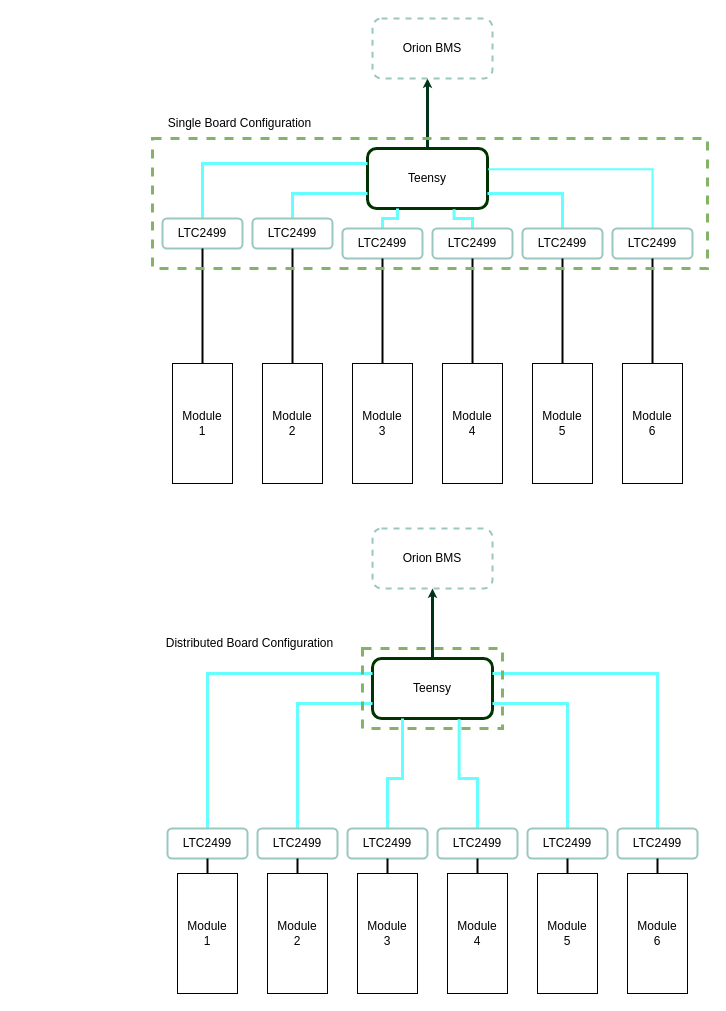
The draw.io diagram KS2E-Accumulator Temp Board/KS2e Temp Board.drawio in mathbrook/KS2E, before the edit. Source tidied: cells renumbered, new cells numbered last; positions are measured from the earlier drawing's top-left corner, leaving out a move shared by most shapes. Both pictures are drawn from the tidied source at 100%, with x=0, y=0 at pixel (152, 18).
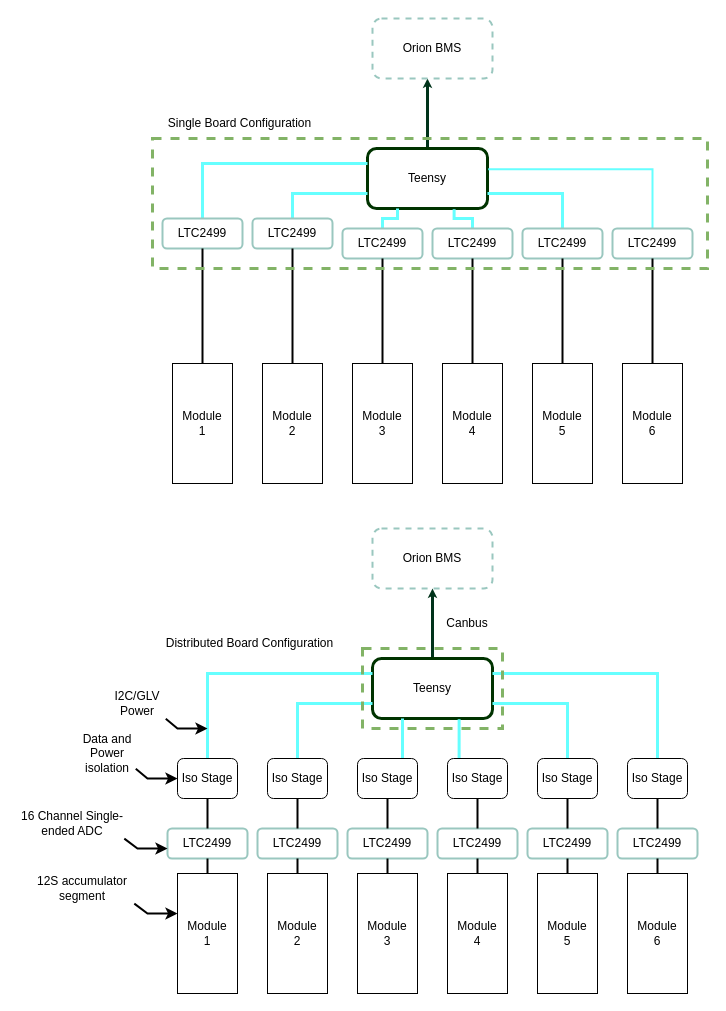
The same diagram, later.

Unchanged cells that the change refers to:
```xml
<mxCell id="31" value="Teensy" style="rounded=1;whiteSpace=wrap;html=1;strokeColor=#003300;strokeWidth=3;" parent="1" vertex="1">
  <mxGeometry x="220" y="640" width="120" height="60" as="geometry" />
</mxCell>
<mxCell id="33" value="LTC2499" style="rounded=1;whiteSpace=wrap;html=1;strokeWidth=2;fillColor=none;strokeColor=#9AC7BF;" parent="1" vertex="1">
  <mxGeometry x="15" y="810" width="80" height="30" as="geometry" />
</mxCell>
<mxCell id="35" value="LTC2499" style="rounded=1;whiteSpace=wrap;html=1;strokeWidth=2;fillColor=none;strokeColor=#9AC7BF;" parent="1" vertex="1">
  <mxGeometry x="105" y="810" width="80" height="30" as="geometry" />
</mxCell>
<mxCell id="37" value="LTC2499" style="rounded=1;whiteSpace=wrap;html=1;strokeWidth=2;fillColor=none;strokeColor=#9AC7BF;" parent="1" vertex="1">
  <mxGeometry x="195" y="810" width="80" height="30" as="geometry" />
</mxCell>
<mxCell id="39" value="LTC2499" style="rounded=1;whiteSpace=wrap;html=1;strokeWidth=2;fillColor=none;strokeColor=#9AC7BF;" parent="1" vertex="1">
  <mxGeometry x="285" y="810" width="80" height="30" as="geometry" />
</mxCell>
<mxCell id="41" value="LTC2499" style="rounded=1;whiteSpace=wrap;html=1;strokeWidth=2;fillColor=none;strokeColor=#9AC7BF;" parent="1" vertex="1">
  <mxGeometry x="375" y="810" width="80" height="30" as="geometry" />
</mxCell>
<mxCell id="43" value="LTC2499" style="rounded=1;whiteSpace=wrap;html=1;strokeWidth=2;fillColor=none;strokeColor=#9AC7BF;" parent="1" vertex="1">
  <mxGeometry x="465" y="810" width="80" height="30" as="geometry" />
</mxCell>
```

What changed in the source:
```diff
@@
-    <mxCell id="32" style="edgeStyle=orthogonalEdgeStyle;rounded=0;jettySize=auto;html=1;exitX=0.5;exitY=0;exitDx=0;exitDy=0;entryX=0;entryY=0.25;entryDx=0;entryDy=0;strokeColor=#66FFFF;strokeWidth=3;endSize=0;jumpStyle=arc;endArrow=none;endFill=0;" parent="1" edge="1" source="33" target="31">
-      <mxGeometry relative="1" as="geometry" />
+    <mxCell id="32" style="edgeStyle=orthogonalEdgeStyle;rounded=0;jettySize=auto;html=1;entryX=0;entryY=0.25;entryDx=0;entryDy=0;strokeColor=#66FFFF;strokeWidth=3;endSize=0;jumpStyle=arc;endArrow=none;endFill=0;" parent="1" edge="1" target="31">
+      <mxGeometry relative="1" as="geometry">
+        <mxPoint x="55" y="760" as="sourcePoint" />
+        <Array as="points">
+          <mxPoint x="55" y="655" />
+        </Array>
+      </mxGeometry>
     </mxCell>
@@
-    <mxCell id="34" style="edgeStyle=orthogonalEdgeStyle;rounded=0;jettySize=auto;html=1;exitX=0.5;exitY=0;exitDx=0;exitDy=0;entryX=0;entryY=0.75;entryDx=0;entryDy=0;strokeColor=#66FFFF;strokeWidth=3;endSize=0;jumpStyle=arc;endArrow=none;endFill=0;" parent="1" edge="1" source="35" target="31">
+    <mxCell id="34" style="edgeStyle=orthogonalEdgeStyle;rounded=0;jettySize=auto;html=1;entryX=0;entryY=0.75;entryDx=0;entryDy=0;strokeColor=#66FFFF;strokeWidth=3;endSize=0;jumpStyle=arc;endArrow=none;endFill=0;" parent="1" edge="1" target="31">
       <mxGeometry relative="1" as="geometry">
+        <mxPoint x="145" y="760" as="sourcePoint" />
         <Array as="points">
           <mxPoint x="145" y="685" />
         </Array>
       </mxGeometry>
     </mxCell>
@@
-    <mxCell id="36" style="edgeStyle=orthogonalEdgeStyle;rounded=0;jettySize=auto;html=1;exitX=0.5;exitY=0;exitDx=0;exitDy=0;entryX=0.25;entryY=1;entryDx=0;entryDy=0;strokeColor=#66FFFF;strokeWidth=3;endSize=0;jumpStyle=arc;endArrow=none;endFill=0;" parent="1" edge="1" source="37" target="31">
+    <mxCell id="36" style="edgeStyle=orthogonalEdgeStyle;rounded=0;jettySize=auto;html=1;entryX=0.25;entryY=1;entryDx=0;entryDy=0;strokeColor=#66FFFF;strokeWidth=3;endSize=0;jumpStyle=arc;endArrow=none;endFill=0;" parent="1" edge="1" target="31">
       <mxGeometry relative="1" as="geometry">
+        <mxPoint x="235" y="760" as="sourcePoint" />
         <Array as="points">
           <mxPoint x="235" y="760" />
           <mxPoint x="250" y="760" />
         </Array>
       </mxGeometry>
     </mxCell>
@@
-    <mxCell id="38" style="edgeStyle=orthogonalEdgeStyle;rounded=0;jettySize=auto;html=1;exitX=0.5;exitY=0;exitDx=0;exitDy=0;entryX=0.722;entryY=1.013;entryDx=0;entryDy=0;entryPerimeter=0;strokeColor=#66FFFF;strokeWidth=3;endSize=0;jumpStyle=arc;endArrow=none;endFill=0;" parent="1" edge="1" source="39" target="31">
+    <mxCell id="38" style="edgeStyle=orthogonalEdgeStyle;rounded=0;jettySize=auto;html=1;entryX=0.722;entryY=1.013;entryDx=0;entryDy=0;entryPerimeter=0;strokeColor=#66FFFF;strokeWidth=3;endSize=0;jumpStyle=arc;endArrow=none;endFill=0;" parent="1" edge="1" target="31">
       <mxGeometry relative="1" as="geometry">
+        <mxPoint x="325" y="760" as="sourcePoint" />
         <Array as="points">
           <mxPoint x="325" y="760" />
           <mxPoint x="307" y="760" />
         </Array>
       </mxGeometry>
     </mxCell>
@@
-    <mxCell id="40" style="edgeStyle=orthogonalEdgeStyle;rounded=0;jettySize=auto;html=1;exitX=0.5;exitY=0;exitDx=0;exitDy=0;entryX=1;entryY=0.75;entryDx=0;entryDy=0;strokeColor=#66FFFF;strokeWidth=3;endSize=0;jumpStyle=arc;endArrow=none;endFill=0;" parent="1" edge="1" source="41" target="31">
-      <mxGeometry relative="1" as="geometry" />
+    <mxCell id="40" style="edgeStyle=orthogonalEdgeStyle;rounded=0;jettySize=auto;html=1;entryX=1;entryY=0.75;entryDx=0;entryDy=0;strokeColor=#66FFFF;strokeWidth=3;endSize=0;jumpStyle=arc;endArrow=none;endFill=0;" parent="1" edge="1" target="31">
+      <mxGeometry relative="1" as="geometry">
+        <mxPoint x="415" y="760" as="sourcePoint" />
+        <Array as="points">
+          <mxPoint x="415" y="685" />
+        </Array>
+      </mxGeometry>
     </mxCell>
@@
-    <mxCell id="42" style="edgeStyle=orthogonalEdgeStyle;rounded=0;jettySize=auto;html=1;exitX=0.5;exitY=0;exitDx=0;exitDy=0;entryX=1;entryY=0.25;entryDx=0;entryDy=0;strokeColor=#66FFFF;strokeWidth=3;endSize=0;jumpStyle=arc;endArrow=none;endFill=0;" parent="1" edge="1" source="43" target="31">
-      <mxGeometry relative="1" as="geometry" />
+    <mxCell id="42" style="edgeStyle=orthogonalEdgeStyle;rounded=0;jettySize=auto;html=1;entryX=1;entryY=0.25;entryDx=0;entryDy=0;strokeColor=#66FFFF;strokeWidth=3;endSize=0;jumpStyle=arc;endArrow=none;endFill=0;" parent="1" edge="1" target="31">
+      <mxGeometry relative="1" as="geometry">
+        <mxPoint x="505" y="760" as="sourcePoint" />
+        <Array as="points">
+          <mxPoint x="505" y="655" />
+        </Array>
+      </mxGeometry>
     </mxCell>
@@
+    <mxCell id="61" value="Canbus" style="text;html=1;strokeColor=none;fillColor=none;align=center;verticalAlign=middle;whiteSpace=wrap;rounded=0;" parent="1" vertex="1">
+      <mxGeometry x="285" y="590" width="60" height="30" as="geometry" />
+    </mxCell>
+    <mxCell id="62" style="edgeStyle=orthogonalEdgeStyle;rounded=0;jettySize=auto;html=1;exitX=0.5;exitY=1;exitDx=0;exitDy=0;entryX=0.5;entryY=0;entryDx=0;entryDy=0;endArrow=none;endFill=0;strokeWidth=2;" parent="1" edge="1" source="63" target="33">
+      <mxGeometry relative="1" as="geometry" />
+    </mxCell>
+    <mxCell id="63" value="Iso Stage" style="rounded=1;whiteSpace=wrap;html=1;" parent="1" vertex="1">
+      <mxGeometry x="25" y="740" width="60" height="40" as="geometry" />
+    </mxCell>
+    <mxCell id="64" value="I2C/GLV Power" style="text;html=1;strokeColor=none;fillColor=none;align=center;verticalAlign=middle;whiteSpace=wrap;rounded=0;" parent="1" vertex="1">
+      <mxGeometry x="-45" y="670" width="60" height="30" as="geometry" />
+    </mxCell>
+    <mxCell id="65" style="edgeStyle=orthogonalEdgeStyle;rounded=0;jettySize=auto;html=1;exitX=0.5;exitY=1;exitDx=0;exitDy=0;entryX=0.5;entryY=0;entryDx=0;entryDy=0;endArrow=none;endFill=0;strokeWidth=2;" parent="1" edge="1" source="66">
+      <mxGeometry relative="1" as="geometry">
+        <mxPoint x="145" y="810" as="targetPoint" />
+      </mxGeometry>
+    </mxCell>
+    <mxCell id="66" value="Iso Stage" style="rounded=1;whiteSpace=wrap;html=1;" parent="1" vertex="1">
+      <mxGeometry x="115" y="740" width="60" height="40" as="geometry" />
+    </mxCell>
+    <mxCell id="67" style="edgeStyle=orthogonalEdgeStyle;rounded=0;jettySize=auto;html=1;exitX=0.5;exitY=1;exitDx=0;exitDy=0;entryX=0.5;entryY=0;entryDx=0;entryDy=0;endArrow=none;endFill=0;strokeWidth=2;" parent="1" edge="1" source="68">
+      <mxGeometry relative="1" as="geometry">
+        <mxPoint x="235" y="810" as="targetPoint" />
+      </mxGeometry>
+    </mxCell>
+    <mxCell id="68" value="Iso Stage" style="rounded=1;whiteSpace=wrap;html=1;" parent="1" vertex="1">
+      <mxGeometry x="205" y="740" width="60" height="40" as="geometry" />
+    </mxCell>
+    <mxCell id="69" style="edgeStyle=orthogonalEdgeStyle;rounded=0;jettySize=auto;html=1;exitX=0.5;exitY=1;exitDx=0;exitDy=0;entryX=0.5;entryY=0;entryDx=0;entryDy=0;endArrow=none;endFill=0;strokeWidth=2;" parent="1" edge="1" source="70">
+      <mxGeometry relative="1" as="geometry">
+        <mxPoint x="325" y="810" as="targetPoint" />
+      </mxGeometry>
+    </mxCell>
+    <mxCell id="70" value="Iso Stage" style="rounded=1;whiteSpace=wrap;html=1;" parent="1" vertex="1">
+      <mxGeometry x="295" y="740" width="60" height="40" as="geometry" />
+    </mxCell>
+    <mxCell id="71" style="edgeStyle=orthogonalEdgeStyle;rounded=0;jettySize=auto;html=1;exitX=0.5;exitY=1;exitDx=0;exitDy=0;entryX=0.5;entryY=0;entryDx=0;entryDy=0;endArrow=none;endFill=0;strokeWidth=2;" parent="1" edge="1" source="72">
+      <mxGeometry relative="1" as="geometry">
+        <mxPoint x="415" y="810" as="targetPoint" />
+      </mxGeometry>
+    </mxCell>
+    <mxCell id="72" value="Iso Stage" style="rounded=1;whiteSpace=wrap;html=1;" parent="1" vertex="1">
+      <mxGeometry x="385" y="740" width="60" height="40" as="geometry" />
+    </mxCell>
+    <mxCell id="73" style="edgeStyle=orthogonalEdgeStyle;rounded=0;jettySize=auto;html=1;exitX=0.5;exitY=1;exitDx=0;exitDy=0;entryX=0.5;entryY=0;entryDx=0;entryDy=0;endArrow=none;endFill=0;strokeWidth=2;" parent="1" edge="1" source="74">
+      <mxGeometry relative="1" as="geometry">
+        <mxPoint x="505" y="810" as="targetPoint" />
+      </mxGeometry>
+    </mxCell>
+    <mxCell id="74" value="Iso Stage" style="rounded=1;whiteSpace=wrap;html=1;" parent="1" vertex="1">
+      <mxGeometry x="475" y="740" width="60" height="40" as="geometry" />
+    </mxCell>
+    <mxCell id="75" style="endArrow=classic;html=1;rounded=0;strokeWidth=2;exitX=0.971;exitY=1.005;exitDx=0;exitDy=0;exitPerimeter=0;" parent="1" edge="1" source="64">
+      <mxGeometry relative="1" as="geometry">
+        <mxPoint x="55" y="710" as="targetPoint" />
+        <Array as="points">
+          <mxPoint x="25" y="710" />
+        </Array>
+      </mxGeometry>
+    </mxCell>
+    <mxCell id="76" value="Data and Power isolation" style="text;html=1;strokeColor=none;fillColor=none;align=center;verticalAlign=middle;whiteSpace=wrap;rounded=0;" parent="1" vertex="1">
+      <mxGeometry x="-75" y="720" width="60" height="30" as="geometry" />
+    </mxCell>
+    <mxCell id="77" style="endArrow=classic;html=1;rounded=0;strokeWidth=2;exitX=0.971;exitY=1.005;exitDx=0;exitDy=0;exitPerimeter=0;" parent="1" edge="1" source="76">
+      <mxGeometry relative="1" as="geometry">
+        <mxPoint x="25" y="760" as="targetPoint" />
+        <Array as="points">
+          <mxPoint x="-5" y="760" />
+        </Array>
+      </mxGeometry>
+    </mxCell>
+    <mxCell id="78" value="16 Channel Single-ended ADC" style="text;html=1;strokeColor=none;fillColor=none;align=center;verticalAlign=middle;whiteSpace=wrap;rounded=0;" parent="1" vertex="1">
+      <mxGeometry x="-135" y="790" width="110" height="30" as="geometry" />
+    </mxCell>
+    <mxCell id="79" style="endArrow=classic;html=1;rounded=0;strokeWidth=2;exitX=0.971;exitY=1.005;exitDx=0;exitDy=0;exitPerimeter=0;" parent="1" edge="1" source="78">
+      <mxGeometry relative="1" as="geometry">
+        <mxPoint x="15" y="830" as="targetPoint" />
+        <Array as="points">
+          <mxPoint x="-15" y="830" />
+        </Array>
+      </mxGeometry>
+    </mxCell>
+    <mxCell id="80" value="12S accumulator segment" style="text;html=1;strokeColor=none;fillColor=none;align=center;verticalAlign=middle;whiteSpace=wrap;rounded=0;" parent="1" vertex="1">
+      <mxGeometry x="-125" y="855" width="110" height="30" as="geometry" />
+    </mxCell>
+    <mxCell id="81" style="endArrow=classic;html=1;rounded=0;strokeWidth=2;exitX=0.971;exitY=1.005;exitDx=0;exitDy=0;exitPerimeter=0;" parent="1" edge="1" source="80">
+      <mxGeometry relative="1" as="geometry">
+        <mxPoint x="25" y="895" as="targetPoint" />
+        <Array as="points">
+          <mxPoint x="-5" y="895" />
+        </Array>
+      </mxGeometry>
+    </mxCell>
```
